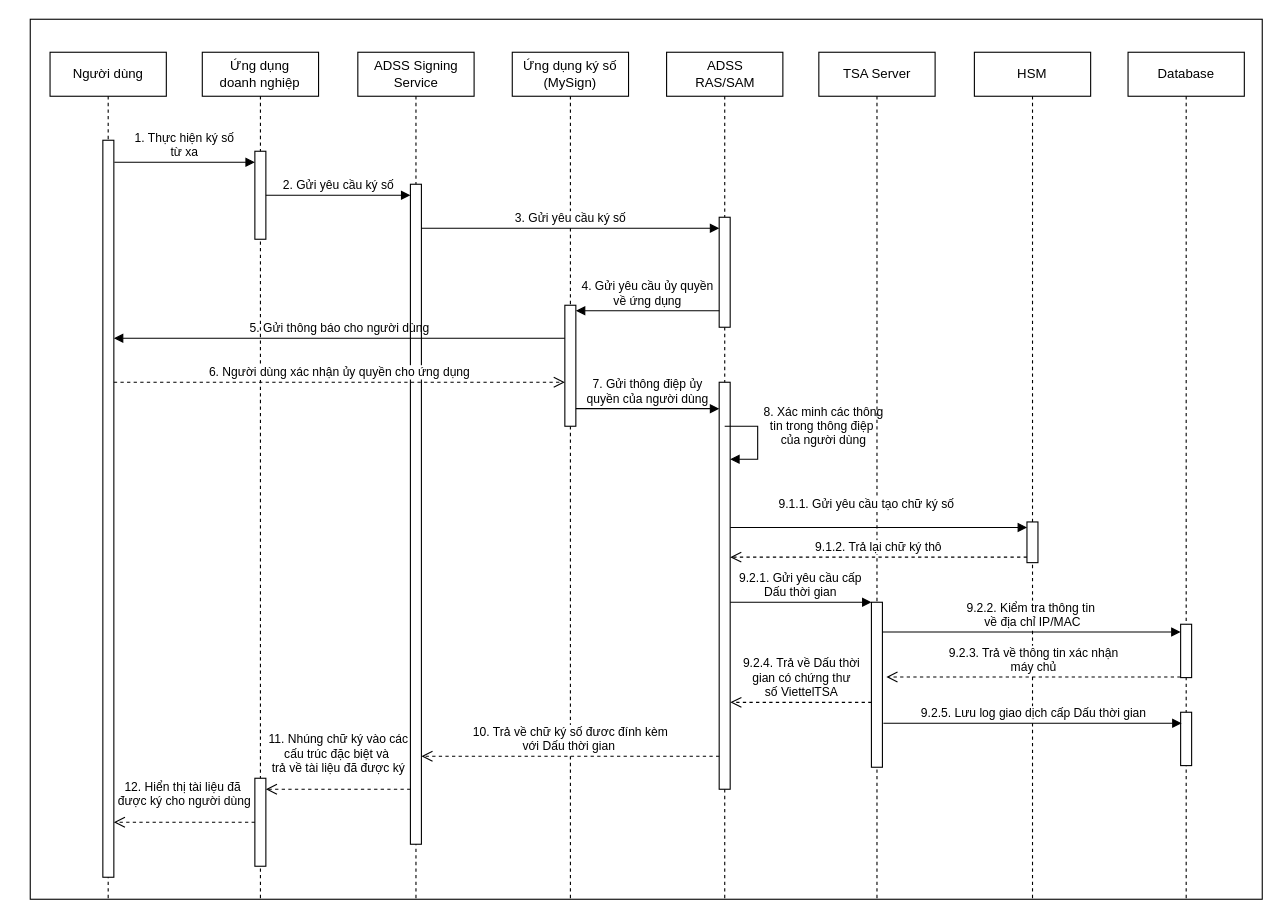
This is TSA outside.drawio from ddthang2611/TSA-Diagram, a draw.io file, before an edit. Source tidied: cells renumbered, new cells numbered last; positions are measured from the earlier drawing's top-left corner, leaving out a move shared by most shapes. Both pictures are drawn from the tidied source at 110%, with x=0, y=0 at pixel (30, 19).
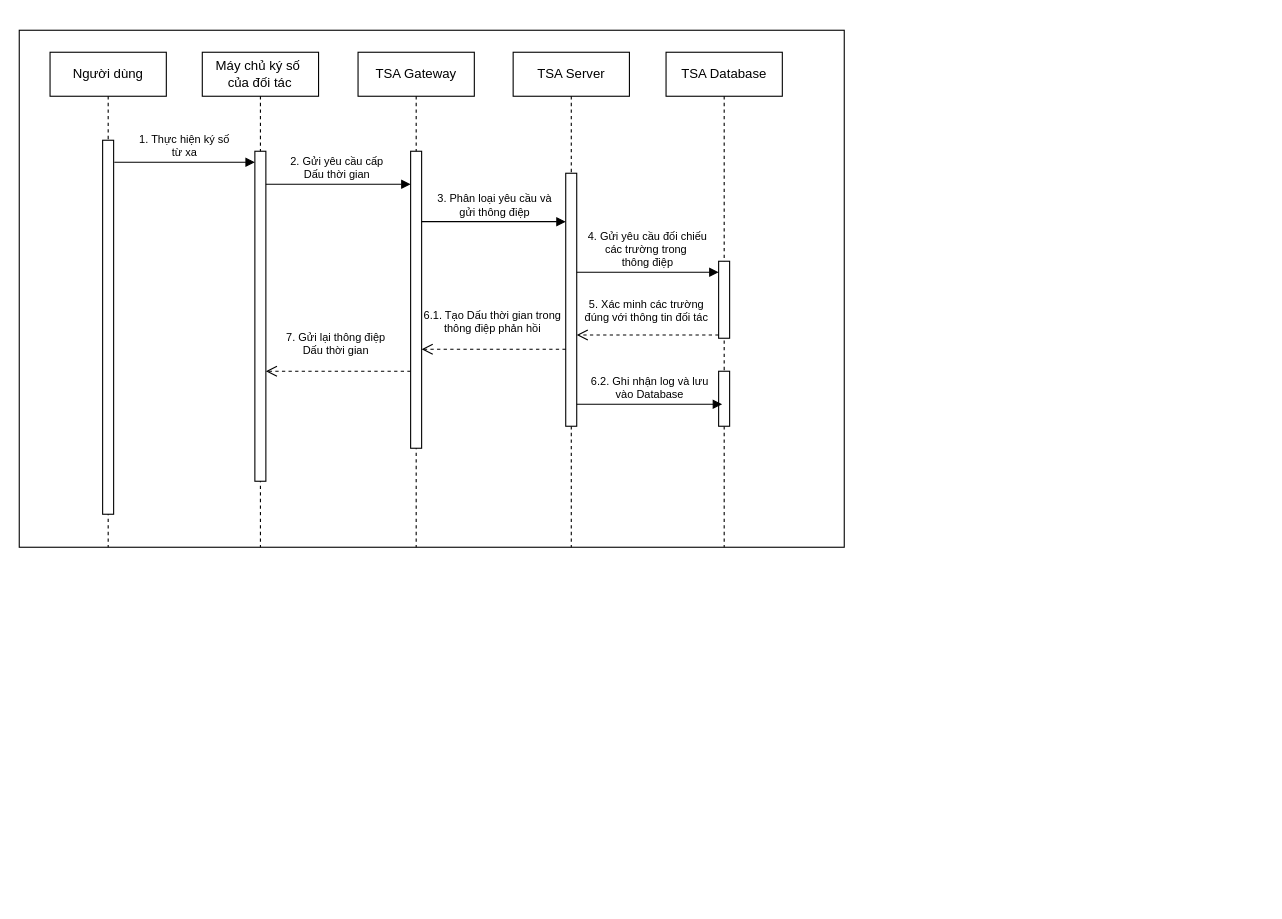
The same page after the edit.

Commit message:
Cập nhật TSA outside.drawio

Change to the diagram source:
```diff
@@
-    <mxCell id="2" style="rounded=0;whiteSpace=wrap;html=1;" parent="1" vertex="1">
-      <mxGeometry width="1120" height="800" as="geometry" />
-    </mxCell>
+    <mxCell id="40" style="rounded=0;whiteSpace=wrap;html=1;" parent="1" vertex="1">
+      <mxGeometry x="-10" y="10" width="750" height="470" as="geometry" />
+    </mxCell>
     <mxCell id="3" value="Người dùng" style="shape=umlLifeline;perimeter=lifelinePerimeter;whiteSpace=wrap;html=1;newEdgeStyle={&quot;edgeStyle&quot;:&quot;elbowEdgeStyle&quot;,&quot;elbow&quot;:&quot;vertical&quot;,&quot;curved&quot;:0,&quot;rounded&quot;:0};" parent="1" vertex="1">
-      <mxGeometry x="18" y="30" width="105.7" height="770" as="geometry" />
+      <mxGeometry x="18" y="30" width="105.7" height="450" as="geometry" />
     </mxCell>
     <mxCell id="4" style="html=1;points=[[0,0,0,0,5],[0,1,0,0,-5],[1,0,0,0,5],[1,1,0,0,-5]];perimeter=orthogonalPerimeter;outlineConnect=0;targetShapes=umlLifeline;portConstraint=eastwest;newEdgeStyle={&quot;curved&quot;:0,&quot;rounded&quot;:0};" parent="3" vertex="1">
-      <mxGeometry x="48" y="80" width="10" height="670" as="geometry" />
+      <mxGeometry x="47.8" y="80" width="10" height="340" as="geometry" />
     </mxCell>
-    <mxCell id="5" value="Ứng dụng &lt;br&gt;doanh nghiệp" style="shape=umlLifeline;perimeter=lifelinePerimeter;whiteSpace=wrap;html=1;newEdgeStyle={&quot;edgeStyle&quot;:&quot;elbowEdgeStyle&quot;,&quot;elbow&quot;:&quot;vertical&quot;,&quot;curved&quot;:0,&quot;rounded&quot;:0};" parent="1" vertex="1">
-      <mxGeometry x="156.4" y="30" width="105.7" height="770" as="geometry" />
+    <mxCell id="5" value="Máy chủ ký số&amp;nbsp;&lt;br&gt;của đối tác" style="shape=umlLifeline;perimeter=lifelinePerimeter;whiteSpace=wrap;html=1;newEdgeStyle={&quot;edgeStyle&quot;:&quot;elbowEdgeStyle&quot;,&quot;elbow&quot;:&quot;vertical&quot;,&quot;curved&quot;:0,&quot;rounded&quot;:0};" parent="1" vertex="1">
+      <mxGeometry x="156.4" y="30" width="105.7" height="450" as="geometry" />
     </mxCell>
     <mxCell id="6" style="html=1;points=[[0,0,0,0,5],[0,1,0,0,-5],[1,0,0,0,5],[1,1,0,0,-5]];perimeter=orthogonalPerimeter;outlineConnect=0;targetShapes=umlLifeline;portConstraint=eastwest;newEdgeStyle={&quot;curved&quot;:0,&quot;rounded&quot;:0};" parent="5" vertex="1">
-      <mxGeometry x="47.8" y="90" width="10" height="80" as="geometry" />
+      <mxGeometry x="47.8" y="90" width="10" height="300" as="geometry" />
     </mxCell>
-    <mxCell id="7" style="html=1;points=[[0,0,0,0,5],[0,1,0,0,-5],[1,0,0,0,5],[1,1,0,0,-5]];perimeter=orthogonalPerimeter;outlineConnect=0;targetShapes=umlLifeline;portConstraint=eastwest;newEdgeStyle={&quot;curved&quot;:0,&quot;rounded&quot;:0};" parent="5" vertex="1">
-      <mxGeometry x="47.8" y="660" width="10" height="80" as="geometry" />
-    </mxCell>
-    <mxCell id="8" value="ADSS Signing&lt;br&gt;Service" style="shape=umlLifeline;perimeter=lifelinePerimeter;whiteSpace=wrap;html=1;newEdgeStyle={&quot;edgeStyle&quot;:&quot;elbowEdgeStyle&quot;,&quot;elbow&quot;:&quot;vertical&quot;,&quot;curved&quot;:0,&quot;rounded&quot;:0};" parent="1" vertex="1">
-      <mxGeometry x="297.8" y="30" width="105.7" height="770" as="geometry" />
-    </mxCell>
-    <mxCell id="9" style="html=1;points=[[0,0,0,0,5],[0,1,0,0,-5],[1,0,0,0,5],[1,1,0,0,-5]];perimeter=orthogonalPerimeter;outlineConnect=0;targetShapes=umlLifeline;portConstraint=eastwest;newEdgeStyle={&quot;curved&quot;:0,&quot;rounded&quot;:0};" parent="8" vertex="1">
-      <mxGeometry x="47.8" y="120" width="10" height="600" as="geometry" />
-    </mxCell>
-    <mxCell id="10" value="Ứng dụng ký số&lt;br&gt;(MySign)" style="shape=umlLifeline;perimeter=lifelinePerimeter;whiteSpace=wrap;html=1;newEdgeStyle={&quot;edgeStyle&quot;:&quot;elbowEdgeStyle&quot;,&quot;elbow&quot;:&quot;vertical&quot;,&quot;curved&quot;:0,&quot;rounded&quot;:0};" parent="1" vertex="1">
-      <mxGeometry x="438.2" y="30" width="105.7" height="770" as="geometry" />
-    </mxCell>
-    <mxCell id="11" style="html=1;perimeter=orthogonalPerimeter;targetShapes=umlLifeline;newEdgeStyle={&quot;curved&quot;:0,&quot;rounded&quot;:0};" parent="10" vertex="1">
-      <mxGeometry x="47.8" y="230" width="10" height="110" as="geometry" />
-    </mxCell>
-    <mxCell id="12" value="ADSS&lt;br&gt;RAS/SAM" style="shape=umlLifeline;perimeter=lifelinePerimeter;whiteSpace=wrap;html=1;newEdgeStyle={&quot;edgeStyle&quot;:&quot;elbowEdgeStyle&quot;,&quot;elbow&quot;:&quot;vertical&quot;,&quot;curved&quot;:0,&quot;rounded&quot;:0};" parent="1" vertex="1">
-      <mxGeometry x="578.5" y="30" width="105.7" height="770" as="geometry" />
-    </mxCell>
-    <mxCell id="13" style="html=1;perimeter=orthogonalPerimeter;targetShapes=umlLifeline;newEdgeStyle={&quot;curved&quot;:0,&quot;rounded&quot;:0};" parent="12" vertex="1">
-      <mxGeometry x="47.8" y="150" width="10" height="100" as="geometry" />
-    </mxCell>
-    <mxCell id="14" style="html=1;points=[[0,0,0,0,5],[0,1,0,0,-5],[1,0,0,0,5],[1,1,0,0,-5]];perimeter=orthogonalPerimeter;outlineConnect=0;targetShapes=umlLifeline;portConstraint=eastwest;newEdgeStyle={&quot;curved&quot;:0,&quot;rounded&quot;:0};" parent="12" vertex="1">
-      <mxGeometry x="47.8" y="300" width="10" height="370" as="geometry" />
-    </mxCell>
-    <mxCell id="15" value="8. Xác minh các thông&lt;br&gt;tin trong thông điệp&amp;nbsp;&lt;br&gt;&lt;div style=&quot;&quot;&gt;của người dùng&lt;/div&gt;" style="html=1;align=center;spacingLeft=2;endArrow=block;rounded=0;edgeStyle=orthogonalEdgeStyle;curved=0;rounded=0;labelBackgroundColor=default;" parent="12" edge="1">
-      <mxGeometry x="-0.29" y="59" relative="1" as="geometry">
-        <mxPoint x="52.8" y="340" as="sourcePoint" />
-        <mxPoint x="57.8" y="370" as="targetPoint" />
-        <Array as="points">
-          <mxPoint x="82.8" y="370" />
-        </Array>
-      </mxGeometry>
-    </mxCell>
-    <mxCell id="16" value="TSA Server" style="shape=umlLifeline;perimeter=lifelinePerimeter;whiteSpace=wrap;html=1;newEdgeStyle={&quot;edgeStyle&quot;:&quot;elbowEdgeStyle&quot;,&quot;elbow&quot;:&quot;vertical&quot;,&quot;curved&quot;:0,&quot;rounded&quot;:0};" parent="1" vertex="1">
-      <mxGeometry x="716.9" y="30" width="105.7" height="770" as="geometry" />
+    <mxCell id="16" value="TSA Gateway" style="shape=umlLifeline;perimeter=lifelinePerimeter;whiteSpace=wrap;html=1;newEdgeStyle={&quot;edgeStyle&quot;:&quot;elbowEdgeStyle&quot;,&quot;elbow&quot;:&quot;vertical&quot;,&quot;curved&quot;:0,&quot;rounded&quot;:0};" parent="1" vertex="1">
+      <mxGeometry x="298" y="30" width="105.7" height="450" as="geometry" />
     </mxCell>
     <mxCell id="17" style="html=1;points=[[0,0,0,0,5],[0,1,0,0,-5],[1,0,0,0,5],[1,1,0,0,-5]];perimeter=orthogonalPerimeter;outlineConnect=0;targetShapes=umlLifeline;portConstraint=eastwest;newEdgeStyle={&quot;curved&quot;:0,&quot;rounded&quot;:0};" parent="16" vertex="1">
-      <mxGeometry x="47.8" y="500" width="10" height="150" as="geometry" />
+      <mxGeometry x="47.8" y="90" width="10" height="270" as="geometry" />
     </mxCell>
-    <mxCell id="18" value="HSM" style="shape=umlLifeline;perimeter=lifelinePerimeter;whiteSpace=wrap;html=1;newEdgeStyle={&quot;edgeStyle&quot;:&quot;elbowEdgeStyle&quot;,&quot;elbow&quot;:&quot;vertical&quot;,&quot;curved&quot;:0,&quot;rounded&quot;:0};" parent="1" vertex="1">
-      <mxGeometry x="858.3" y="30" width="105.7" height="770" as="geometry" />
-    </mxCell>
-    <mxCell id="19" style="html=1;points=[[0,0,0,0,5],[0,1,0,0,-5],[1,0,0,0,5],[1,1,0,0,-5]];perimeter=orthogonalPerimeter;outlineConnect=0;targetShapes=umlLifeline;portConstraint=eastwest;newEdgeStyle={&quot;curved&quot;:0,&quot;rounded&quot;:0};" parent="18" vertex="1">
-      <mxGeometry x="47.8" y="427" width="10" height="37" as="geometry" />
-    </mxCell>
-    <mxCell id="20" value="Database" style="shape=umlLifeline;perimeter=lifelinePerimeter;whiteSpace=wrap;html=1;newEdgeStyle={&quot;edgeStyle&quot;:&quot;elbowEdgeStyle&quot;,&quot;elbow&quot;:&quot;vertical&quot;,&quot;curved&quot;:0,&quot;rounded&quot;:0};" parent="1" vertex="1">
-      <mxGeometry x="998" y="30" width="105.7" height="770" as="geometry" />
+    <mxCell id="20" value="TSA Server" style="shape=umlLifeline;perimeter=lifelinePerimeter;whiteSpace=wrap;html=1;newEdgeStyle={&quot;edgeStyle&quot;:&quot;elbowEdgeStyle&quot;,&quot;elbow&quot;:&quot;vertical&quot;,&quot;curved&quot;:0,&quot;rounded&quot;:0};" parent="1" vertex="1">
+      <mxGeometry x="439" y="30" width="105.7" height="450" as="geometry" />
     </mxCell>
     <mxCell id="21" style="html=1;points=[[0,0,0,0,5],[0,1,0,0,-5],[1,0,0,0,5],[1,1,0,0,-5]];perimeter=orthogonalPerimeter;outlineConnect=0;targetShapes=umlLifeline;portConstraint=eastwest;newEdgeStyle={&quot;curved&quot;:0,&quot;rounded&quot;:0};" parent="20" vertex="1">
-      <mxGeometry x="47.8" y="520" width="10" height="48.5" as="geometry" />
+      <mxGeometry x="47.8" y="110" width="10" height="230" as="geometry" />
     </mxCell>
-    <mxCell id="22" style="html=1;perimeter=orthogonalPerimeter;targetShapes=umlLifeline;newEdgeStyle={&quot;curved&quot;:0,&quot;rounded&quot;:0};" parent="20" vertex="1">
-      <mxGeometry x="47.8" y="600" width="10" height="48.5" as="geometry" />
-    </mxCell>
-    <mxCell id="23" value="1. Thực hiện ký số &lt;br&gt;từ xa" style="html=1;verticalAlign=bottom;endArrow=block;curved=0;rounded=0;" parent="1" edge="1" target="6">
+    <mxCell id="23" value="1. Thực hiện ký số &lt;br style=&quot;font-size: 10px;&quot;&gt;từ xa" style="html=1;verticalAlign=bottom;endArrow=block;curved=0;rounded=0;fontSize=10;" parent="1" edge="1" target="6">
       <mxGeometry relative="1" as="geometry">
         <mxPoint x="76.4" y="130" as="sourcePoint" />
       </mxGeometry>
     </mxCell>
-    <mxCell id="24" value="2. Gửi yêu cầu ký số" style="html=1;verticalAlign=bottom;endArrow=block;curved=0;rounded=0;" parent="1" edge="1" source="6" target="9">
-      <mxGeometry relative="1" as="geometry" />
-    </mxCell>
-    <mxCell id="25" value="3. Gửi yêu cầu ký số" style="html=1;verticalAlign=bottom;endArrow=block;curved=0;rounded=0;" parent="1" edge="1">
-      <mxGeometry relative="1" as="geometry">
-        <mxPoint x="355.6" y="190" as="sourcePoint" />
-        <mxPoint x="626.4" y="190" as="targetPoint" />
-      </mxGeometry>
-    </mxCell>
-    <mxCell id="26" value="4. Gửi yêu cầu ủy quyền&lt;br&gt;về ứng dụng" style="html=1;verticalAlign=bottom;endArrow=block;curved=0;rounded=0;labelBackgroundColor=none;" parent="1" edge="1">
+    <mxCell id="26" value="2. Gửi yêu cầu cấp&amp;nbsp;&lt;br style=&quot;font-size: 10px;&quot;&gt;Dấu thời gian&amp;nbsp;" style="html=1;verticalAlign=bottom;endArrow=block;curved=0;rounded=0;labelBackgroundColor=none;fontSize=10;" parent="1" edge="1">
       <mxGeometry relative="1" as="geometry">
-        <mxPoint x="626.4" y="265" as="sourcePoint" />
-        <mxPoint x="496" y="265" as="targetPoint" />
+        <mxPoint x="214.2" y="150" as="sourcePoint" />
+        <mxPoint x="345.8" y="150" as="targetPoint" />
       </mxGeometry>
     </mxCell>
-    <mxCell id="27" value="5. Gửi thông báo cho người dùng" style="html=1;verticalAlign=bottom;endArrow=block;curved=0;rounded=0;labelBackgroundColor=none;" parent="1" edge="1" target="4">
-      <mxGeometry relative="1" as="geometry">
-        <mxPoint x="486" y="290" as="sourcePoint" />
-      </mxGeometry>
-    </mxCell>
-    <mxCell id="28" value="6. Người dùng xác nhận ủy quyền cho ứng dụng" style="html=1;verticalAlign=bottom;endArrow=open;dashed=1;endSize=8;curved=0;rounded=0;" parent="1" edge="1">
-      <mxGeometry relative="1" as="geometry">
-        <mxPoint x="76" y="330" as="sourcePoint" />
-        <mxPoint x="486" y="330" as="targetPoint" />
-      </mxGeometry>
-    </mxCell>
-    <mxCell id="29" value="7. Gửi thông điệp ủy &lt;br&gt;quyền của người dùng" style="html=1;verticalAlign=bottom;endArrow=block;curved=0;rounded=0;labelBackgroundColor=none;" parent="1" edge="1">
-      <mxGeometry relative="1" as="geometry">
-        <mxPoint x="496" y="354" as="sourcePoint" />
-        <mxPoint x="626.4" y="354" as="targetPoint" />
-      </mxGeometry>
-    </mxCell>
-    <mxCell id="30" value="9.2.1. Gửi yêu cầu cấp&lt;br&gt;Dấu thời gian" style="html=1;verticalAlign=bottom;endArrow=block;curved=0;rounded=0;labelBackgroundColor=none;" parent="1" edge="1">
-      <mxGeometry relative="1" as="geometry">
-        <mxPoint x="636.4" y="530" as="sourcePoint" />
-        <mxPoint x="764.8" y="530" as="targetPoint" />
-      </mxGeometry>
-    </mxCell>
-    <mxCell id="31" value="9.1.1. Gửi yêu cầu tạo chữ ký số" style="html=1;verticalAlign=bottom;endArrow=block;curved=0;rounded=0;labelBackgroundColor=default;entryX=0;entryY=0;entryDx=0;entryDy=5;entryPerimeter=0;" parent="1" edge="1">
-      <mxGeometry x="-0.08" y="12" relative="1" as="geometry">
-        <mxPoint x="636.4" y="462" as="sourcePoint" />
-        <mxPoint x="906.2" y="462" as="targetPoint" />
-      </mxGeometry>
-    </mxCell>
-    <mxCell id="32" value="9.1.2. Trả lại chữ ký thô" style="html=1;verticalAlign=bottom;endArrow=open;dashed=1;endSize=8;curved=0;rounded=0;exitX=0;exitY=1;exitDx=0;exitDy=-5;exitPerimeter=0;" parent="1" edge="1" source="19" target="14">
-      <mxGeometry relative="1" as="geometry" />
-    </mxCell>
-    <mxCell id="33" value="9.2.2. Kiểm tra thông tin&amp;nbsp;&lt;br&gt;về địa chỉ IP/MAC" style="html=1;verticalAlign=bottom;endArrow=block;curved=0;rounded=0;labelBackgroundColor=default;" parent="1" edge="1">
-      <mxGeometry relative="1" as="geometry">
-        <mxPoint x="774.8" y="557" as="sourcePoint" />
-        <mxPoint x="1045.8" y="557" as="targetPoint" />
-        <Array as="points">
-          <mxPoint x="940" y="557" />
-        </Array>
-      </mxGeometry>
-    </mxCell>
-    <mxCell id="34" value="9.2.3. Trả về thông tin xác nhận&lt;br&gt;máy chủ" style="html=1;verticalAlign=bottom;endArrow=open;dashed=1;endSize=8;curved=0;rounded=0;" parent="1" edge="1">
-      <mxGeometry relative="1" as="geometry">
-        <mxPoint x="1045.8" y="598" as="sourcePoint" />
-        <mxPoint x="778.3" y="598" as="targetPoint" />
-      </mxGeometry>
-    </mxCell>
-    <mxCell id="35" value="9.2.4. Trả về Dấu thời &lt;br&gt;gian có chứng thư &lt;br&gt;số ViettelTSA" style="html=1;verticalAlign=bottom;endArrow=open;dashed=1;endSize=8;curved=0;rounded=0;" parent="1" edge="1">
-      <mxGeometry relative="1" as="geometry">
-        <mxPoint x="764.8" y="621" as="sourcePoint" />
-        <mxPoint x="636.4" y="621" as="targetPoint" />
-      </mxGeometry>
-    </mxCell>
-    <mxCell id="36" value="10. Trả về chữ ký số đươc đính kèm&lt;br&gt;với Dấu thời gian&amp;nbsp;" style="html=1;verticalAlign=bottom;endArrow=open;dashed=1;endSize=8;curved=0;rounded=0;" parent="1" edge="1">
-      <mxGeometry relative="1" as="geometry">
-        <mxPoint x="626.4" y="670" as="sourcePoint" />
-        <mxPoint x="355.6" y="670" as="targetPoint" />
-      </mxGeometry>
-    </mxCell>
-    <mxCell id="37" value="11. Nhúng chữ ký vào các&lt;br&gt;cấu trúc đặc biệt và&amp;nbsp;&lt;br&gt;trả về tài liệu đã được ký" style="html=1;verticalAlign=bottom;endArrow=open;dashed=1;endSize=8;curved=0;rounded=0;labelBackgroundColor=none;" parent="1" edge="1">
-      <mxGeometry y="-10" relative="1" as="geometry">
-        <mxPoint x="345.6" y="700" as="sourcePoint" />
-        <mxPoint x="214.2" y="700" as="targetPoint" />
-      </mxGeometry>
-    </mxCell>
-    <mxCell id="38" value="12. Hiển thị tài liệu đã&amp;nbsp;&lt;br&gt;được ký cho người dùng" style="html=1;verticalAlign=bottom;endArrow=open;dashed=1;endSize=8;curved=0;rounded=0;labelBackgroundColor=none;" parent="1" edge="1" source="7" target="4">
-      <mxGeometry y="-10" relative="1" as="geometry" />
-    </mxCell>
-    <mxCell id="39" value="9.2.5. Lưu log giao dịch cấp Dấu thời gian" style="html=1;verticalAlign=bottom;endArrow=block;curved=0;rounded=0;labelBackgroundColor=default;" parent="1" edge="1">
-      <mxGeometry relative="1" as="geometry">
-        <mxPoint x="775.6" y="640" as="sourcePoint" />
-        <mxPoint x="1046.7" y="640" as="targetPoint" />
-        <Array as="points">
-          <mxPoint x="940.9" y="640" />
-        </Array>
-      </mxGeometry>
-    </mxCell>
+    <mxCell id="41" value="TSA Database" style="shape=umlLifeline;perimeter=lifelinePerimeter;whiteSpace=wrap;html=1;newEdgeStyle={&quot;edgeStyle&quot;:&quot;elbowEdgeStyle&quot;,&quot;elbow&quot;:&quot;vertical&quot;,&quot;curved&quot;:0,&quot;rounded&quot;:0};" parent="1" vertex="1">
+      <mxGeometry x="578" y="30" width="105.7" height="450" as="geometry" />
+    </mxCell>
+    <mxCell id="42" style="html=1;perimeter=orthogonalPerimeter;targetShapes=umlLifeline;newEdgeStyle={&quot;curved&quot;:0,&quot;rounded&quot;:0};" parent="41" vertex="1">
+      <mxGeometry x="47.8" y="190" width="10" height="70" as="geometry" />
+    </mxCell>
+    <mxCell id="43" style="html=1;perimeter=orthogonalPerimeter;targetShapes=umlLifeline;newEdgeStyle={&quot;curved&quot;:0,&quot;rounded&quot;:0};" parent="41" vertex="1">
+      <mxGeometry x="47.8" y="290" width="10" height="50" as="geometry" />
+    </mxCell>
+    <mxCell id="44" value="3. Phân loại yêu cầu và&lt;br style=&quot;font-size: 10px;&quot;&gt;gửi thông điệp" style="html=1;verticalAlign=bottom;endArrow=block;curved=0;rounded=0;labelBackgroundColor=none;fontSize=10;" parent="1" edge="1">
+      <mxGeometry relative="1" as="geometry">
+        <mxPoint x="355.8" y="184" as="sourcePoint" />
+        <mxPoint x="486.8" y="184" as="targetPoint" />
+      </mxGeometry>
+    </mxCell>
+    <mxCell id="45" value="4. Gửi yêu cầu đối chiếu&lt;br style=&quot;font-size: 10px;&quot;&gt;các trường trong&amp;nbsp;&lt;br style=&quot;font-size: 10px;&quot;&gt;thông điệp" style="html=1;verticalAlign=bottom;endArrow=block;curved=0;rounded=0;labelBackgroundColor=none;fontSize=10;" parent="1" edge="1">
+      <mxGeometry relative="1" as="geometry">
+        <mxPoint x="496.8" y="230" as="sourcePoint" />
+        <mxPoint x="625.8" y="230" as="targetPoint" />
+      </mxGeometry>
+    </mxCell>
+    <mxCell id="46" value="5. Xác minh các trường&lt;br style=&quot;font-size: 10px;&quot;&gt;đúng với thông tin đối tác" style="html=1;verticalAlign=bottom;endArrow=open;dashed=1;endSize=8;curved=0;rounded=0;fontSize=10;" parent="1" edge="1">
+      <mxGeometry x="0.02" y="-7" relative="1" as="geometry">
+        <mxPoint x="625.8" y="287" as="sourcePoint" />
+        <mxPoint x="496.8" y="287" as="targetPoint" />
+      </mxGeometry>
+    </mxCell>
+    <mxCell id="47" value="6.1. Tạo Dấu thời gian trong&lt;br style=&quot;font-size: 10px;&quot;&gt;thông điệp phản hồi" style="html=1;verticalAlign=bottom;endArrow=open;dashed=1;endSize=8;curved=0;rounded=0;labelBackgroundColor=none;fontSize=10;" parent="1" edge="1" source="21" target="17">
+      <mxGeometry x="0.02" y="-10" relative="1" as="geometry">
+        <Array as="points">
+          <mxPoint x="390" y="300" />
+        </Array>
+      </mxGeometry>
+    </mxCell>
+    <mxCell id="48" value="7. Gửi lại thông điệp&amp;nbsp;&lt;br style=&quot;font-size: 10px;&quot;&gt;Dấu thời gian&amp;nbsp;" style="html=1;verticalAlign=bottom;endArrow=open;dashed=1;endSize=8;curved=0;rounded=0;labelBackgroundColor=none;fontSize=10;" parent="1" edge="1" source="17" target="6">
+      <mxGeometry x="0.02" y="-10" relative="1" as="geometry">
+        <Array as="points">
+          <mxPoint x="244" y="320" />
+        </Array>
+      </mxGeometry>
+    </mxCell>
+    <mxCell id="49" value="6.2. Ghi nhận log và lưu &lt;br&gt;vào Database" style="html=1;verticalAlign=bottom;endArrow=block;curved=0;rounded=0;labelBackgroundColor=none;fontSize=10;" parent="1" edge="1">
+      <mxGeometry relative="1" as="geometry">
+        <mxPoint x="496.8" y="350" as="sourcePoint" />
+        <mxPoint x="629" y="350" as="targetPoint" />
+      </mxGeometry>
+    </mxCell>
```
